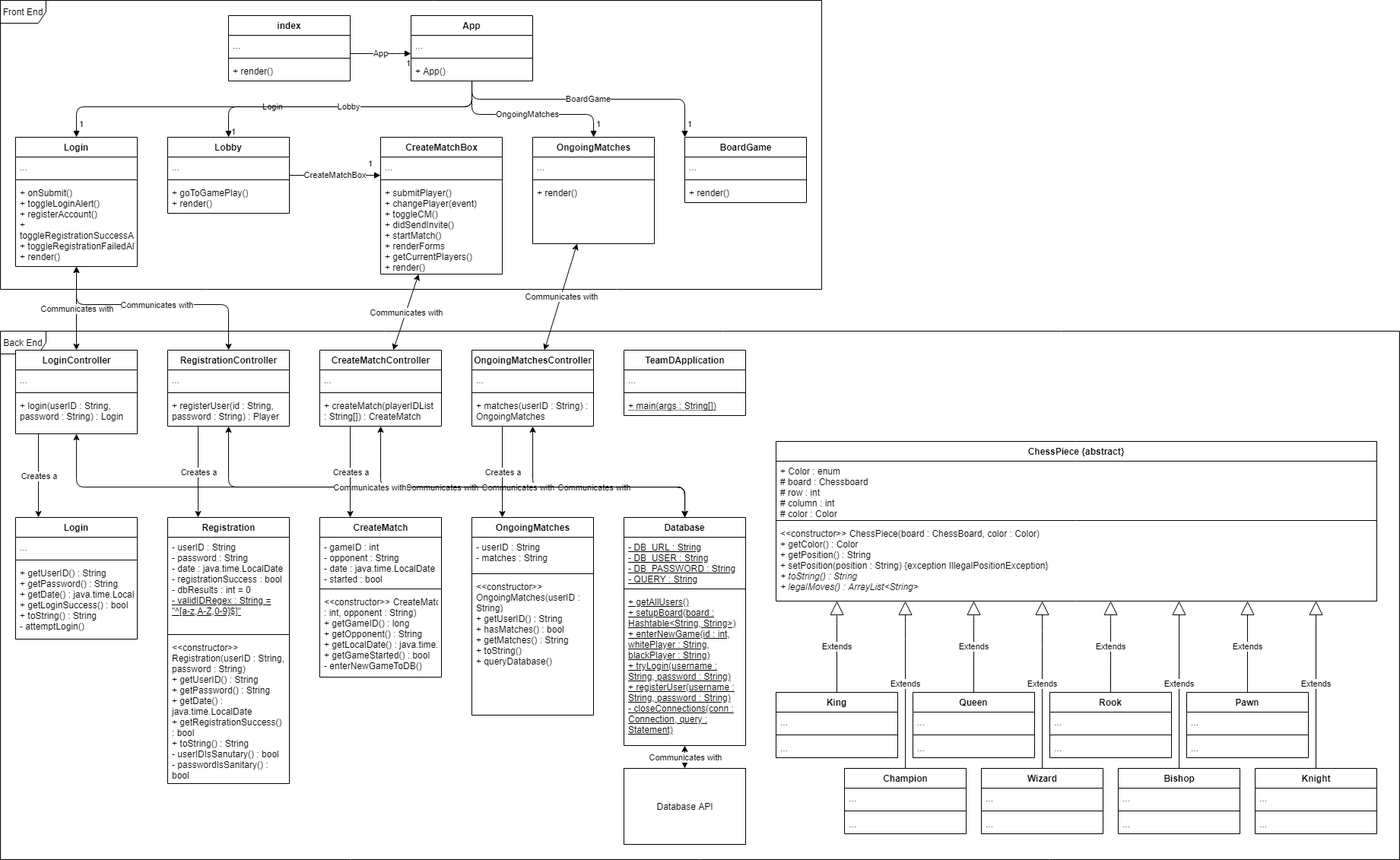
This is 3- Design Artifacts/P2 Class Diagram (Nov 1, 2020).png from WaterbendingToph/cs414-f20-public_class_TeamD, a draw.io export, as it was before one commit. Source tidied: cells renumbered, new cells last; positions are measured from the earlier drawing's top-left corner, leaving out a move shared by most shapes.
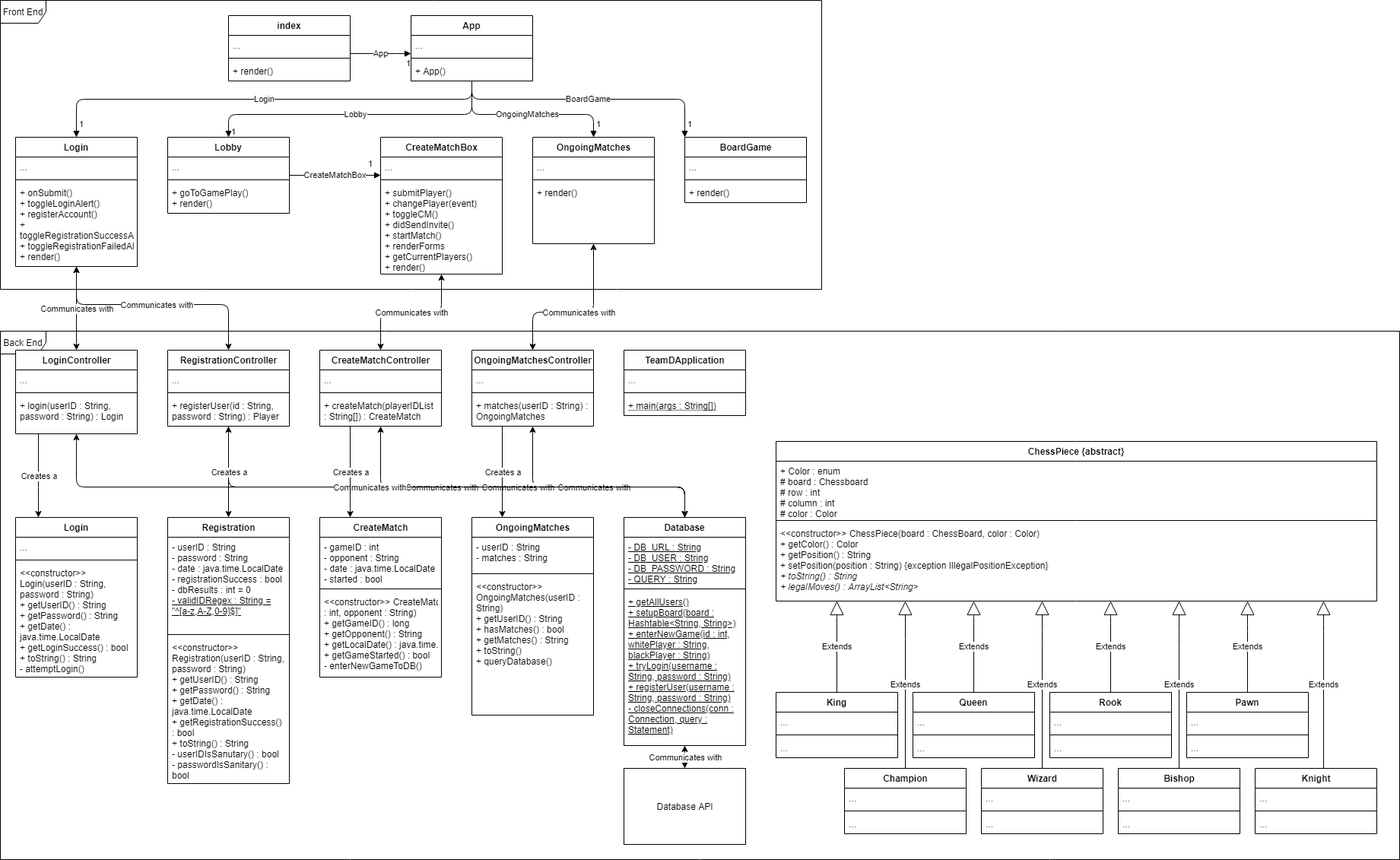
Above is the later version.

Diff of the diagram source:
```diff
@@ -186,13 +186,18 @@
     <mxCell id="49" value="Communicates with" style="edgeLabel;html=1;align=center;verticalAlign=middle;" parent="48" vertex="1">
       <mxGeometry relative="1" as="geometry" />
     </mxCell>
-    <mxCell id="50" style="endArrow=classic;html=1;startArrow=classic;startFill=1;" parent="1" edge="1" source="40" target="24">
-      <mxGeometry relative="1" as="geometry" />
+    <mxCell id="50" style="endArrow=classic;html=1;startArrow=classic;startFill=1;edgeStyle=orthogonalEdgeStyle;" parent="1" edge="1" source="40" target="24">
+      <mxGeometry relative="1" as="geometry">
+        <Array as="points">
+          <mxPoint x="780" y="410" />
+          <mxPoint x="700" y="410" />
+        </Array>
+      </mxGeometry>
     </mxCell>
     <mxCell id="51" value="Communicates with" style="edgeLabel;html=1;align=center;verticalAlign=middle;" parent="50" vertex="1">
       <mxGeometry relative="1" as="geometry" />
     </mxCell>
-    <mxCell id="52" style="endArrow=classic;html=1;startArrow=classic;startFill=1;" parent="1" edge="1" source="36" target="32">
+    <mxCell id="52" style="endArrow=classic;html=1;startArrow=classic;startFill=1;edgeStyle=orthogonalEdgeStyle;" parent="1" edge="1" source="36" target="32">
       <mxGeometry relative="1" as="geometry" />
     </mxCell>
     <mxCell id="53" value="Communicates with" style="edgeLabel;html=1;align=center;verticalAlign=middle;" parent="52" vertex="1">
@@ -389,7 +394,7 @@
       <mxGeometry y="60" width="160" height="26" as="geometry" />
     </mxCell>
     <mxCell id="109" value="Login" style="swimlane;fontStyle=1;align=center;verticalAlign=top;horizontal=1;startSize=26;" parent="1" vertex="1">
-      <mxGeometry x="20" y="680" width="160" height="160" as="geometry" />
+      <mxGeometry x="20" y="680" width="160" height="210" as="geometry" />
     </mxCell>
     <mxCell id="110" value="..." style="text;strokeColor=none;fillColor=none;align=left;verticalAlign=top;spacingLeft=4;spacingRight=4;overflow=hidden;" parent="109" vertex="1">
       <mxGeometry y="26" width="160" height="26" as="geometry" />
@@ -397,8 +402,8 @@
     <mxCell id="111" style="line;strokeWidth=1;fillColor=none;align=left;verticalAlign=middle;spacingTop=-1;spacingLeft=3;spacingRight=3;labelPosition=right;" parent="109" vertex="1">
       <mxGeometry y="52" width="160" height="8" as="geometry" />
     </mxCell>
-    <mxCell id="112" value="+ getUserID() : String&#10;+ getPassword() : String&#10;+ getDate() : java.time.LocalDate&#10;+ getLoginSuccess() : bool&#10;+ toString() : String&#10;- attemptLogin()" style="text;strokeColor=none;fillColor=none;align=left;verticalAlign=top;spacingLeft=4;spacingRight=4;overflow=hidden;" parent="109" vertex="1">
-      <mxGeometry y="60" width="160" height="100" as="geometry" />
+    <mxCell id="112" value="&lt;&lt;constructor&gt;&gt; Login(userID : String, password : String)&#10;+ getUserID() : String&#10;+ getPassword() : String&#10;+ getDate() : java.time.LocalDate&#10;+ getLoginSuccess() : bool&#10;+ toString() : String&#10;- attemptLogin()" style="text;strokeColor=none;fillColor=none;align=left;verticalAlign=top;spacingLeft=4;spacingRight=4;overflow=hidden;whiteSpace=wrap;" parent="109" vertex="1">
+      <mxGeometry y="60" width="160" height="150" as="geometry" />
     </mxCell>
     <mxCell id="113" value="Database" style="swimlane;fontStyle=1;align=center;verticalAlign=top;horizontal=1;startSize=26;" parent="1" vertex="1">
       <mxGeometry x="820" y="680" width="160" height="300" as="geometry" />
@@ -513,8 +518,8 @@
     <mxCell id="143" value="Login" style="endArrow=block;html=1;endSize=6;startArrow=none;startSize=6;startFill=0;edgeStyle=orthogonalEdgeStyle;endFill=1;" parent="1" edge="1" source="101" target="4">
       <mxGeometry relative="1" as="geometry">
         <Array as="points">
-          <mxPoint x="620" y="140" />
-          <mxPoint x="100" y="140" />
+          <mxPoint x="620" y="130" />
+          <mxPoint x="100" y="130" />
         </Array>
       </mxGeometry>
     </mxCell>
@@ -526,8 +531,8 @@
     <mxCell id="145" value="Lobby" style="endArrow=block;html=1;endSize=6;startArrow=none;startSize=6;startFill=0;edgeStyle=orthogonalEdgeStyle;endFill=1;" parent="1" edge="1" source="101" target="8">
       <mxGeometry relative="1" as="geometry">
         <Array as="points">
-          <mxPoint x="620" y="140" />
-          <mxPoint x="300" y="140" />
+          <mxPoint x="620" y="150" />
+          <mxPoint x="300" y="150" />
         </Array>
       </mxGeometry>
     </mxCell>
```
